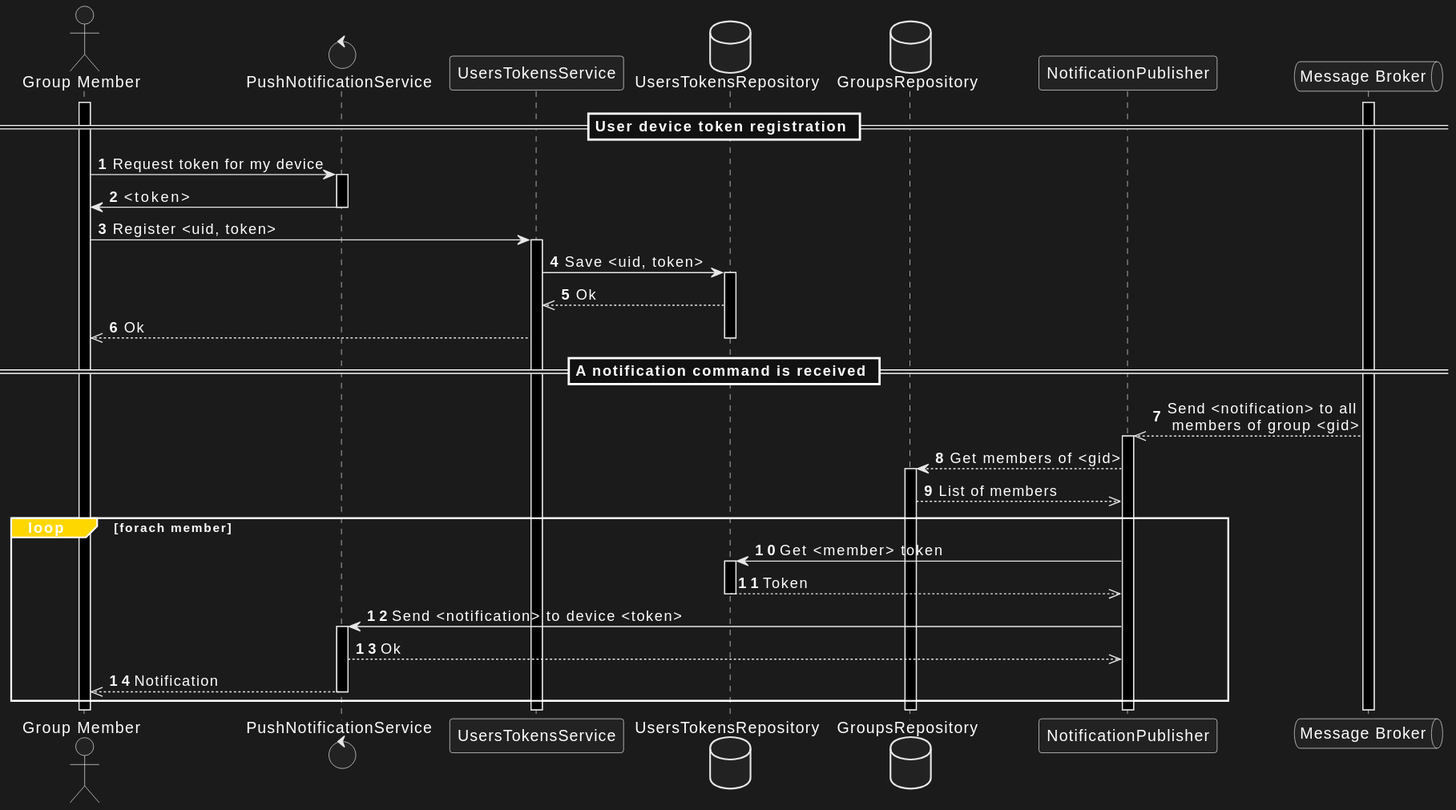
position-pal/position-pal.github.io keeps this PlantUML diagram as res/notification-service-interaction-dark.svg. Above is the earlier version.
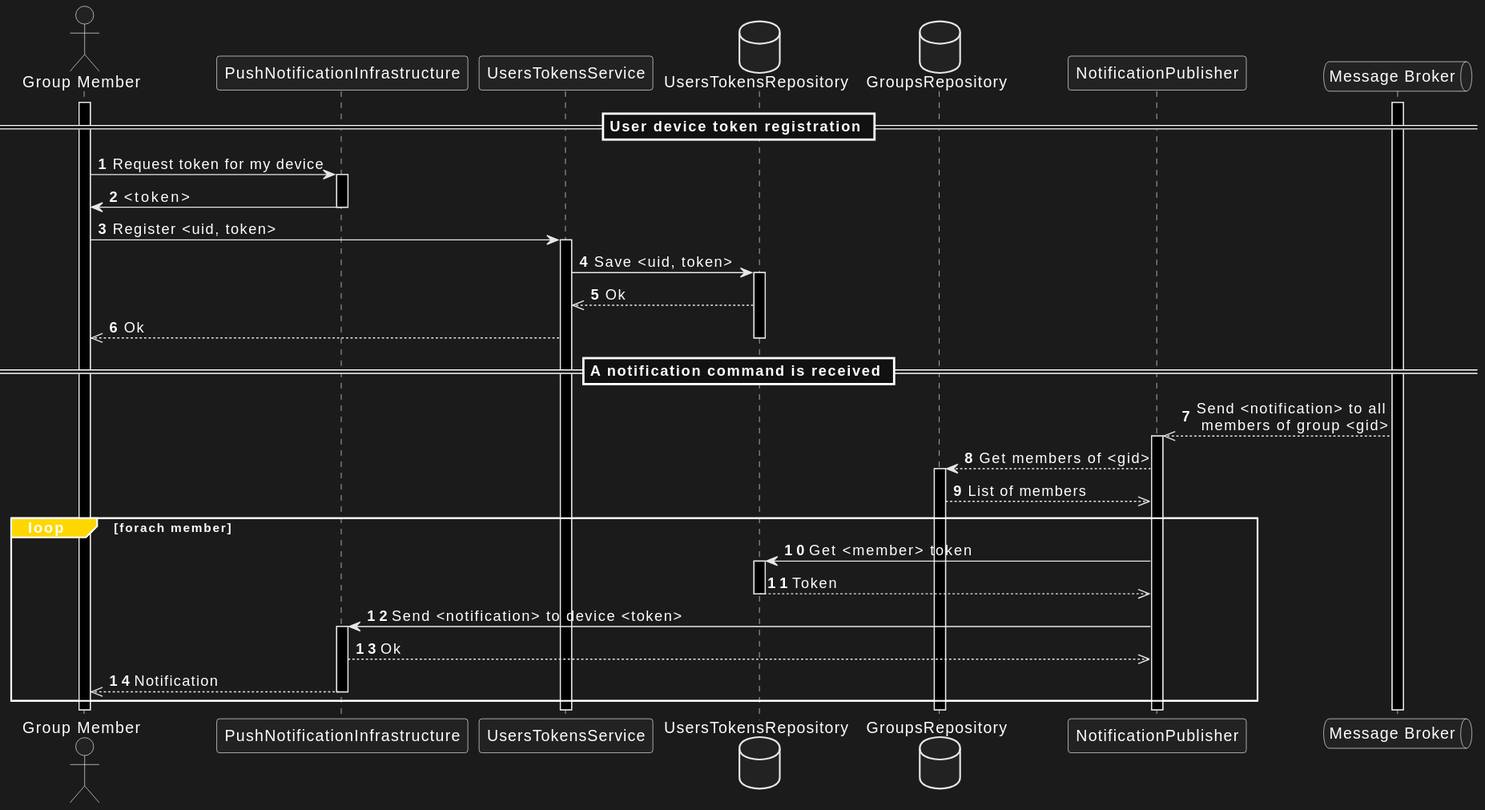
The same file after the commit.

Diff of the diagram source:
```diff
@@ -4,7 +4,7 @@
 == User device token registration ==
 
 actor "Group Member" as User
-control PushNotificationService as PNS
+participant PushNotificationInfrastructure as PNS
 participant UsersTokensService as UTS
 database UsersTokensRepository as UTR
 database GroupsRepository as GR
```
